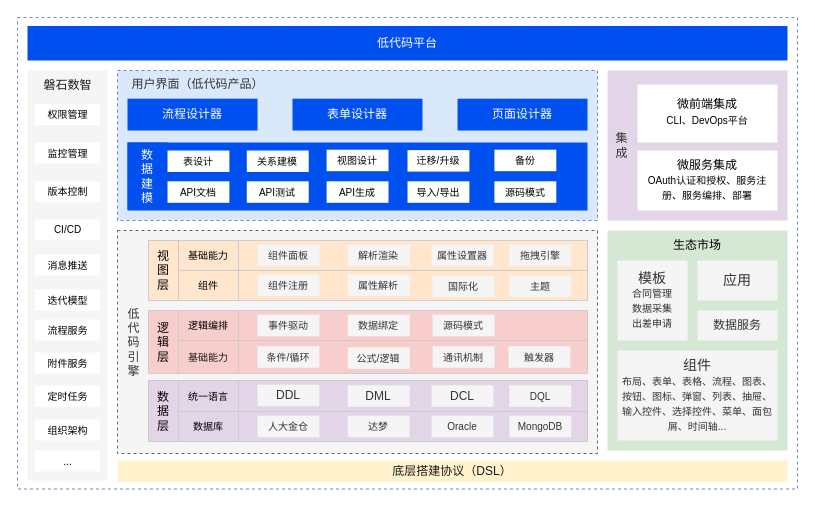
Earlier version of the draw.io diagram 低代码—泳道图—研究内容.drawio (tangyaosimida/love). Source tidied: cells renumbered, new cells numbered last; positions are measured from the earlier drawing's top-left corner, leaving out a move shared by most shapes. Both pictures are drawn from the tidied source at 100%, with x=0, y=0 at pixel (17, 17).
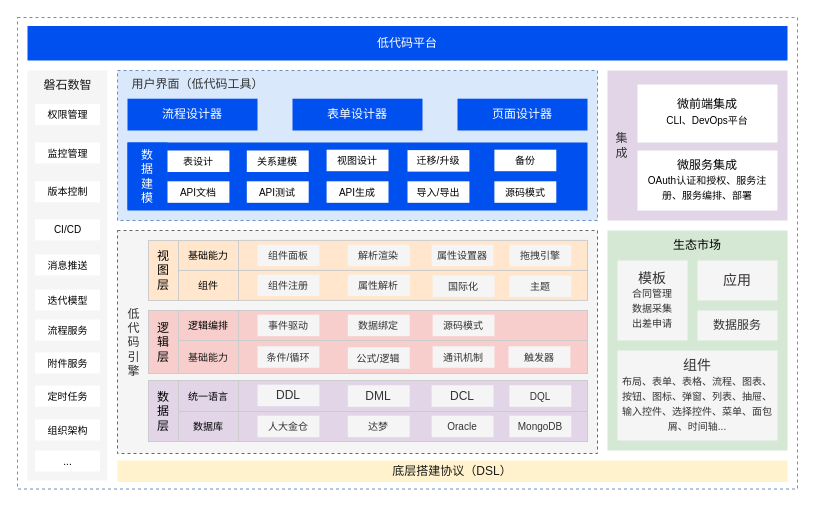
The same diagram, later.

Commit message:
更新低代码—泳道图—研究内容.drawio

The edit, as a diff of the source:
```diff
@@
-    <mxCell id="64" value="&lt;font color=&quot;#333333&quot; style=&quot;font-size: 12px;&quot;&gt;用户界面（低代码产品）&lt;/font&gt;" style="text;html=1;align=center;verticalAlign=middle;whiteSpace=wrap;rounded=0;" parent="1" vertex="1">
+    <mxCell id="64" value="&lt;font color=&quot;#333333&quot; style=&quot;font-size: 12px;&quot;&gt;用户界面（低代码工具）&lt;/font&gt;" style="text;html=1;align=center;verticalAlign=middle;whiteSpace=wrap;rounded=0;" parent="1" vertex="1">
       <mxGeometry x="111" y="53" width="139" height="28.2" as="geometry" />
     </mxCell>
```
